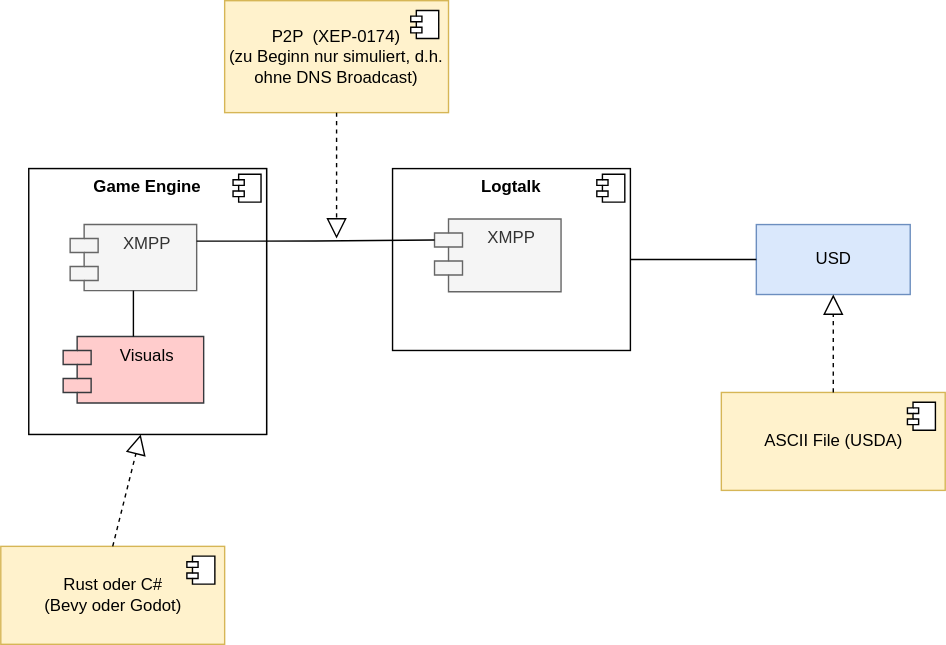
Earlier version of the draw.io export doc/USD_traffic_bench.svg (hnbeck/ECTrafficModeller). Source tidied: cells renumbered, new cells last; positions are measured from the earlier drawing's top-left corner, leaving out a move shared by most shapes.
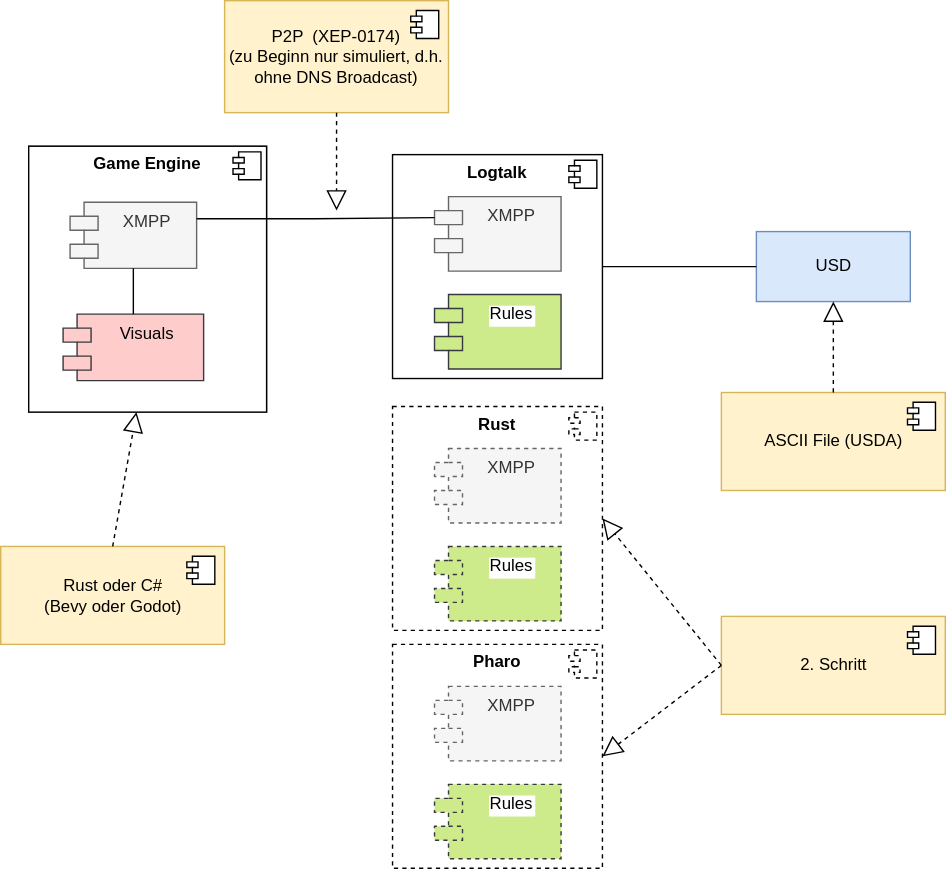
Above is the later version.

Diff of the diagram source:
```diff
@@ -3,10 +3,10 @@
     <mxCell id="0" />
     <mxCell id="1" parent="0" />
     <mxCell id="2" style="group;rounded=0;flipV=0;flipH=0;" parent="1" vertex="1">
-      <mxGeometry x="280" y="120" width="170" height="130" as="geometry" />
+      <mxGeometry x="280" y="110" width="170" height="160" as="geometry" />
     </mxCell>
     <mxCell id="3" value="&lt;p style=&quot;margin: 0px ; margin-top: 6px ; text-align: center&quot;&gt;&lt;b&gt;Logtalk&lt;/b&gt;&lt;/p&gt;" style="align=left;overflow=fill;html=1;rounded=0;" parent="2" vertex="1">
-      <mxGeometry width="170" height="130" as="geometry" />
+      <mxGeometry width="150" height="160" as="geometry" />
     </mxCell>
     <mxCell id="4" style="shape=component;jettyWidth=8;jettyHeight=4;rounded=0;" parent="3" vertex="1">
       <mxGeometry x="1" width="20" height="20" relative="1" as="geometry">
@@ -14,10 +14,13 @@
       </mxGeometry>
     </mxCell>
     <mxCell id="5" value="XMPP" style="shape=module;align=left;spacingLeft=20;align=center;verticalAlign=top;rounded=0;flipV=0;flipH=0;fillColor=#f5f5f5;fontColor=#333333;strokeColor=#666666;" parent="2" vertex="1">
-      <mxGeometry x="30" y="36" width="90.4" height="52" as="geometry" />
+      <mxGeometry x="30" y="30" width="90.4" height="53.2" as="geometry" />
     </mxCell>
+    <mxCell id="24" value="Rules" style="shape=module;align=left;spacingLeft=20;align=center;verticalAlign=top;rounded=0;flipV=0;flipH=0;fillColor=#cdeb8b;strokeColor=#36393d;labelBackgroundColor=default;" parent="2" vertex="1">
+      <mxGeometry x="30" y="100" width="90.4" height="53.2" as="geometry" />
+    </mxCell>
     <mxCell id="6" style="group;rounded=0;fillColor=#f5f5f5;strokeColor=#666666;fontColor=#333333;" parent="1" vertex="1">
-      <mxGeometry x="20" y="120" width="170" height="190" as="geometry" />
+      <mxGeometry x="20" y="104" width="170" height="190" as="geometry" />
     </mxCell>
     <mxCell id="7" value="&lt;p style=&quot;margin: 0px ; margin-top: 6px ; text-align: center&quot;&gt;&lt;b&gt;Game Engine&lt;/b&gt;&lt;/p&gt;" style="align=left;overflow=fill;html=1;rounded=0;" parent="6" vertex="1">
       <mxGeometry width="170" height="190" as="geometry" />
@@ -37,7 +40,7 @@
       <mxGeometry relative="1" as="geometry" />
     </mxCell>
     <mxCell id="12" value="USD" style="html=1;fillColor=#dae8fc;strokeColor=#6c8ebf;" parent="1" vertex="1">
-      <mxGeometry x="540" y="160" width="110" height="50" as="geometry" />
+      <mxGeometry x="540" y="165" width="110" height="50" as="geometry" />
     </mxCell>
     <mxCell id="13" style="endArrow=none;html=1;edgeStyle=orthogonalEdgeStyle;exitX=1;exitY=0.25;exitDx=0;exitDy=0;rounded=0;entryX=0;entryY=0;entryDx=0;entryDy=15;entryPerimeter=0;" parent="1" edge="1" source="9" target="5">
       <mxGeometry relative="1" as="geometry" />
@@ -53,10 +56,8 @@
         <mxPoint x="-27" y="7" as="offset" />
       </mxGeometry>
     </mxCell>
-    <mxCell id="17" style="endArrow=block;dashed=1;endFill=0;endSize=12;html=1;rounded=0;exitX=0.5;exitY=0;exitDx=0;exitDy=0;" parent="1" edge="1" source="15">
-      <mxGeometry relative="1" as="geometry">
-        <mxPoint x="100" y="310" as="targetPoint" />
-      </mxGeometry>
+    <mxCell id="17" style="endArrow=block;dashed=1;endFill=0;endSize=12;html=1;rounded=0;exitX=0.5;exitY=0;exitDx=0;exitDy=0;entryX=0.453;entryY=1;entryDx=0;entryDy=0;entryPerimeter=0;" parent="1" edge="1" source="15" target="7">
+      <mxGeometry relative="1" as="geometry" />
     </mxCell>
     <mxCell id="18" value="ASCII File (USDA)" style="html=1;fillColor=#fff2cc;strokeColor=#d6b656;" parent="1" vertex="1">
       <mxGeometry x="515" y="280" width="160" height="70" as="geometry" />
@@ -79,8 +80,56 @@
     </mxCell>
     <mxCell id="23" style="endArrow=block;dashed=1;endFill=0;endSize=12;html=1;rounded=0;exitX=0.5;exitY=1;exitDx=0;exitDy=0;" parent="1" edge="1" source="21">
       <mxGeometry relative="1" as="geometry">
-        <mxPoint x="240" y="170" as="targetPoint" />
+        <mxPoint x="240" y="150" as="targetPoint" />
       </mxGeometry>
     </mxCell>
+    <mxCell id="25" style="group;rounded=0;flipV=0;flipH=0;" parent="1" vertex="1">
+      <mxGeometry x="280" y="290" width="170" height="160" as="geometry" />
+    </mxCell>
+    <mxCell id="26" value="&lt;p style=&quot;margin: 0px ; margin-top: 6px ; text-align: center&quot;&gt;&lt;b&gt;Rust&lt;/b&gt;&lt;/p&gt;" style="align=left;overflow=fill;html=1;rounded=0;dashed=1;" parent="25" vertex="1">
+      <mxGeometry width="150" height="160" as="geometry" />
+    </mxCell>
+    <mxCell id="27" style="shape=component;jettyWidth=8;jettyHeight=4;rounded=0;dashed=1;" parent="26" vertex="1">
+      <mxGeometry x="1" width="20" height="20" relative="1" as="geometry">
+        <mxPoint x="-24" y="4" as="offset" />
+      </mxGeometry>
+    </mxCell>
+    <mxCell id="28" value="XMPP" style="shape=module;align=left;spacingLeft=20;align=center;verticalAlign=top;rounded=0;flipV=0;flipH=0;fillColor=#f5f5f5;fontColor=#333333;strokeColor=#666666;dashed=1;" parent="25" vertex="1">
+      <mxGeometry x="30" y="30" width="90.4" height="53.2" as="geometry" />
+    </mxCell>
+    <mxCell id="29" value="Rules" style="shape=module;align=left;spacingLeft=20;align=center;verticalAlign=top;rounded=0;flipV=0;flipH=0;fillColor=#cdeb8b;strokeColor=#36393d;labelBackgroundColor=default;dashed=1;" parent="25" vertex="1">
+      <mxGeometry x="30" y="100" width="90.4" height="53.2" as="geometry" />
+    </mxCell>
+    <mxCell id="30" style="group;rounded=0;flipV=0;flipH=0;" parent="1" vertex="1">
+      <mxGeometry x="280" y="460" width="170" height="160" as="geometry" />
+    </mxCell>
+    <mxCell id="31" value="&lt;p style=&quot;margin: 0px ; margin-top: 6px ; text-align: center&quot;&gt;&lt;b&gt;Pharo&lt;/b&gt;&lt;/p&gt;" style="align=left;overflow=fill;html=1;rounded=0;dashed=1;" parent="30" vertex="1">
+      <mxGeometry width="150" height="160" as="geometry" />
+    </mxCell>
+    <mxCell id="32" style="shape=component;jettyWidth=8;jettyHeight=4;rounded=0;dashed=1;" parent="31" vertex="1">
+      <mxGeometry x="1" width="20" height="20" relative="1" as="geometry">
+        <mxPoint x="-24" y="4" as="offset" />
+      </mxGeometry>
+    </mxCell>
+    <mxCell id="33" value="XMPP" style="shape=module;align=left;spacingLeft=20;align=center;verticalAlign=top;rounded=0;flipV=0;flipH=0;fillColor=#f5f5f5;fontColor=#333333;strokeColor=#666666;dashed=1;" parent="30" vertex="1">
+      <mxGeometry x="30" y="30" width="90.4" height="53.2" as="geometry" />
+    </mxCell>
+    <mxCell id="34" value="Rules" style="shape=module;align=left;spacingLeft=20;align=center;verticalAlign=top;rounded=0;flipV=0;flipH=0;fillColor=#cdeb8b;strokeColor=#36393d;labelBackgroundColor=default;dashed=1;" parent="30" vertex="1">
+      <mxGeometry x="30" y="100" width="90.4" height="53.2" as="geometry" />
+    </mxCell>
+    <mxCell id="35" value="2. Schritt" style="html=1;fillColor=#fff2cc;strokeColor=#d6b656;" parent="1" vertex="1">
+      <mxGeometry x="515" y="440" width="160" height="70" as="geometry" />
+    </mxCell>
+    <mxCell id="36" style="shape=module;jettyWidth=8;jettyHeight=4;" parent="35" vertex="1">
+      <mxGeometry x="1" width="20" height="20" relative="1" as="geometry">
+        <mxPoint x="-27" y="7" as="offset" />
+      </mxGeometry>
+    </mxCell>
+    <mxCell id="37" style="endArrow=block;dashed=1;endFill=0;endSize=12;html=1;rounded=0;exitX=0;exitY=0.5;exitDx=0;exitDy=0;entryX=1;entryY=0.5;entryDx=0;entryDy=0;" parent="1" edge="1" source="35" target="26">
+      <mxGeometry relative="1" as="geometry" />
+    </mxCell>
+    <mxCell id="38" style="endArrow=block;dashed=1;endFill=0;endSize=12;html=1;rounded=0;entryX=1;entryY=0.5;entryDx=0;entryDy=0;exitX=0;exitY=0.5;exitDx=0;exitDy=0;" parent="1" edge="1" source="35" target="31">
+      <mxGeometry relative="1" as="geometry" />
+    </mxCell>
   </root>
 </mxGraphModel>
```
